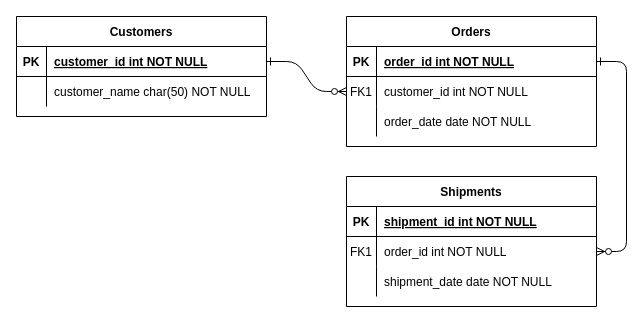
Earlier version of the draw.io diagram Diagrama sin título.drawio (bielriera738/Basededades). Source tidied: cells renumbered, new cells numbered last; positions are measured from the earlier drawing's top-left corner, leaving out a move shared by most shapes. Both pictures are drawn from the tidied source at 100%, with x=0, y=0 at pixel (16, 16).
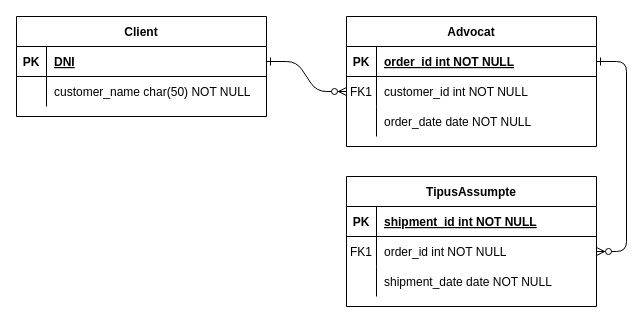
Above is the later version.

Unchanged cells that the change refers to:
```xml
<mxCell id="25" style="shape=partialRectangle;fillColor=none;points=[[0,0.5],[1,0.5]];portConstraint=eastwest;top=0;left=0;right=0;bottom=1;" parent="24" vertex="1">
  <mxGeometry y="30" width="250" height="30" as="geometry" />
</mxCell>
```

Diff of the diagram source:
```diff
@@
-    <mxCell id="4" value="Orders" style="shape=table;startSize=30;childLayout=tableLayout;rowLines=0;fontStyle=1;align=center;" parent="1" vertex="1">
+    <mxCell id="4" value="Advocat" style="shape=table;startSize=30;childLayout=tableLayout;rowLines=0;fontStyle=1;align=center;" parent="1" vertex="1">
       <mxGeometry x="330" width="250" height="130" as="geometry" />
     </mxCell>
@@
-    <mxCell id="14" value="Shipments" style="shape=table;startSize=30;childLayout=tableLayout;rowLines=0;fontStyle=1;align=center;" parent="1" vertex="1">
+    <mxCell id="14" value="TipusAssumpte" style="shape=table;startSize=30;childLayout=tableLayout;rowLines=0;fontStyle=1;align=center;" parent="1" vertex="1">
       <mxGeometry x="330" y="160" width="250" height="130" as="geometry" />
     </mxCell>
@@
-    <mxCell id="24" value="Customers" style="shape=table;startSize=30;childLayout=tableLayout;rowLines=0;fontStyle=1;align=center;" parent="1" vertex="1">
+    <mxCell id="24" value="Client" style="shape=table;startSize=30;childLayout=tableLayout;rowLines=0;fontStyle=1;align=center;" parent="1" vertex="1">
       <mxGeometry width="250" height="100" as="geometry" />
     </mxCell>
@@
-    <mxCell id="27" value="customer_id int NOT NULL " style="shape=partialRectangle;overflow=hidden;fillColor=none;top=0;left=0;bottom=0;right=0;align=left;spacingLeft=6;fontStyle=5;" parent="25" vertex="1">
+    <mxCell id="27" value="DNI" style="shape=partialRectangle;overflow=hidden;fillColor=none;top=0;left=0;bottom=0;right=0;align=left;spacingLeft=6;fontStyle=5;" parent="25" vertex="1">
       <mxGeometry x="30" width="220" height="30" as="geometry" />
     </mxCell>
```
